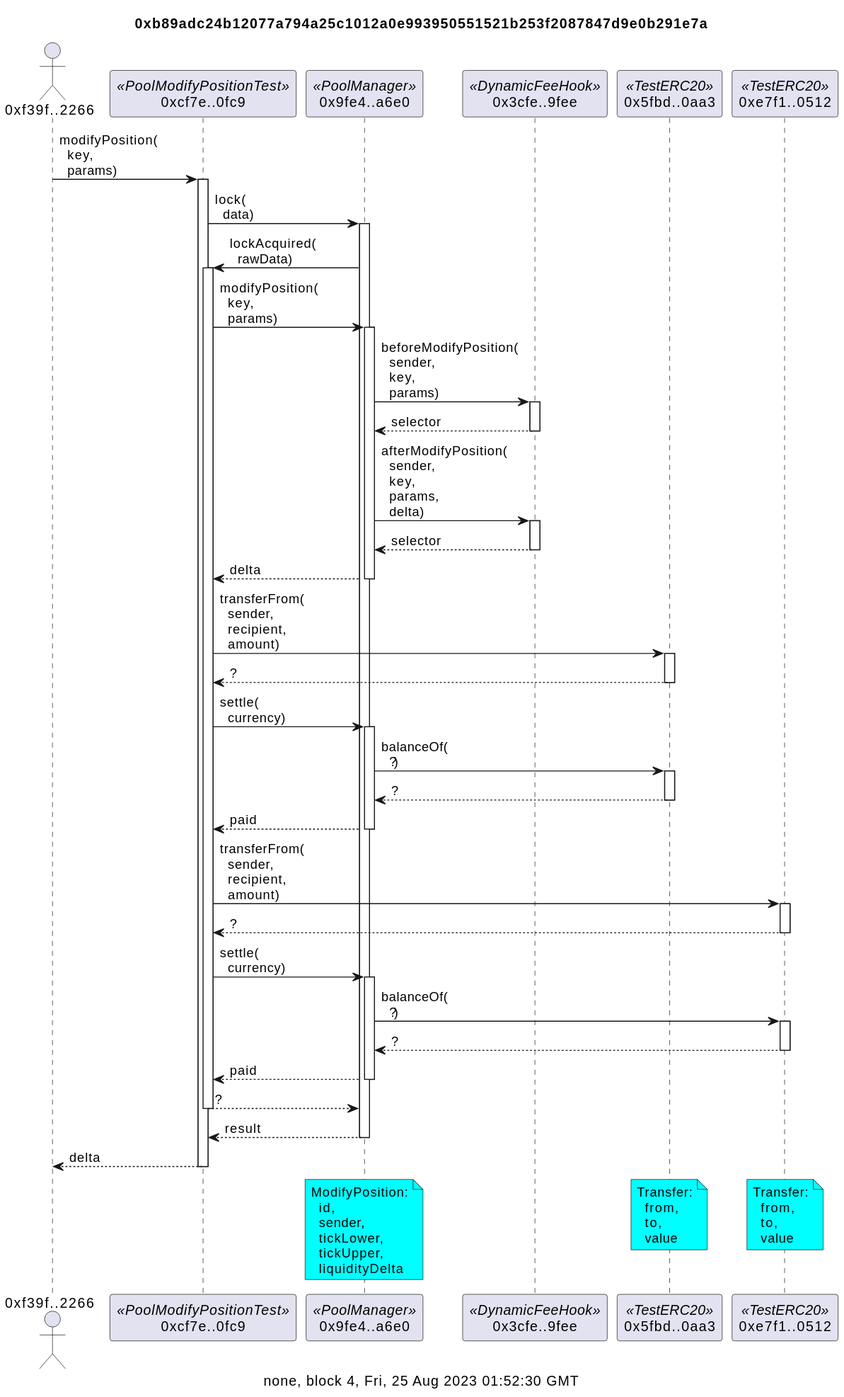
Above: docs/dynamicFeeDepositSummary.svg in naddison36/uniswap-v4-hooks (PlantUML), before the change.
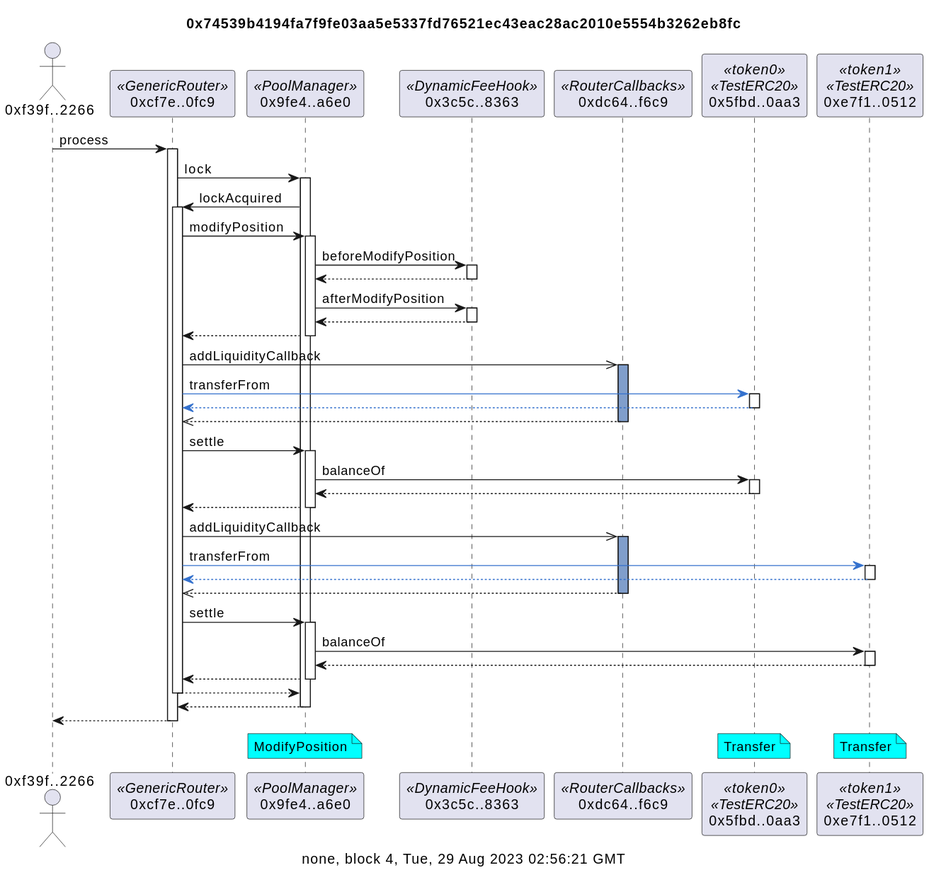
The same file after the commit.

What changed in the source:
```diff
@@ -1,71 +1,67 @@
 @startuml
-title 0xb89adc24b12077a794a25c1012a0e993950551521b253f2087847d9e0b291e7a
+title 0x74539b4194fa7f9fe03aa5e5337fd76521ec43eac28ac2010e5554b3262eb8fc
 
-caption none, block 4, Fri, 25 Aug 2023 01:52:30 GMT
+caption none, block 4, Tue, 29 Aug 2023 02:56:21 GMT
 actor "0xf39f..2266" as f39f2266
-participant "0xcf7e..0fc9" as cf7e0fc9 <<PoolModifyPositionTest>>
+participant "0xcf7e..0fc9" as cf7e0fc9 <<GenericRouter>>
 participant "0x9fe4..a6e0" as 9fe4a6e0 <<PoolManager>>
-participant "0x3cfe..9fee" as 3cfe9fee <<DynamicFeeHook>>
-participant "0x5fbd..0aa3" as 5fbd0aa3 <<TestERC20>>
-participant "0xe7f1..0512" as e7f10512 <<TestERC20>>
+participant "0x3c5c..8363" as 3c5c8363 <<DynamicFeeHook>>
+participant "0xdc64..f6c9" as dc64f6c9 <<RouterCallbacks>>
+participant "0x5fbd..0aa3" as 5fbd0aa3 <<token0>><<TestERC20>>
+participant "0xe7f1..0512" as e7f10512 <<token1>><<TestERC20>>
 
-f39f2266 -> cf7e0fc9: modifyPosition(\n  key,\n  params)
+f39f2266 -> cf7e0fc9: process
 activate cf7e0fc9
-cf7e0fc9 -> 9fe4a6e0: lock(\n  data)
+cf7e0fc9 -> 9fe4a6e0: lock
 activate 9fe4a6e0
-9fe4a6e0 -> cf7e0fc9: lockAcquired(\n  rawData)
+9fe4a6e0 -> cf7e0fc9: lockAcquired
 activate cf7e0fc9
-cf7e0fc9 -> 9fe4a6e0: modifyPosition(\n  key,\n  params)
+cf7e0fc9 -> 9fe4a6e0: modifyPosition
 activate 9fe4a6e0
-9fe4a6e0 -> 3cfe9fee: beforeModifyPosition(\n  sender,\n  key,\n  params)
-activate 3cfe9fee
-return selector
-9fe4a6e0 -> 3cfe9fee: afterModifyPosition(\n  sender,\n  key,\n  params,\n  delta)
-activate 3cfe9fee
-return selector
-return delta
-cf7e0fc9 -> 5fbd0aa3: transferFrom(\n  sender,\n  recipient,\n  amount)
+9fe4a6e0 -> 3c5c8363: beforeModifyPosition
+activate 3c5c8363
+return
+9fe4a6e0 -> 3c5c8363: afterModifyPosition
+activate 3c5c8363
+return
+return
+cf7e0fc9 ->> dc64f6c9: addLiquidityCallback
+activate dc64f6c9 #809ECB
+cf7e0fc9 -[#3471CD]> 5fbd0aa3: transferFrom
 activate 5fbd0aa3
-return ?
-cf7e0fc9 -> 9fe4a6e0: settle(\n  currency)
+return
+return
+cf7e0fc9 -> 9fe4a6e0: settle
 activate 9fe4a6e0
-9fe4a6e0 -> 5fbd0aa3: balanceOf(\n  ?)
+9fe4a6e0 -> 5fbd0aa3: balanceOf
 activate 5fbd0aa3
-return ?
-return paid
-cf7e0fc9 -> e7f10512: transferFrom(\n  sender,\n  recipient,\n  amount)
+return
+return
+cf7e0fc9 ->> dc64f6c9: addLiquidityCallback
+activate dc64f6c9 #809ECB
+cf7e0fc9 -[#3471CD]> e7f10512: transferFrom
 activate e7f10512
-return ?
-cf7e0fc9 -> 9fe4a6e0: settle(\n  currency)
+return
+return
+cf7e0fc9 -> 9fe4a6e0: settle
 activate 9fe4a6e0
-9fe4a6e0 -> e7f10512: balanceOf(\n  ?)
+9fe4a6e0 -> e7f10512: balanceOf
 activate e7f10512
-return ?
-return paid
-return ?
-return result
-return delta
+return
+return
+return
+return
+return
 
 note over 9fe4a6e0 #aqua
-ModifyPosition:
-  id,
-  sender,
-  tickLower,
-  tickUpper,
-  liquidityDelta
+ModifyPosition
 end note
 
 / note over 5fbd0aa3 #aqua
-Transfer:
-  from,
-  to,
-  value
+Transfer
 end note
 
 / note over e7f10512 #aqua
-Transfer:
-  from,
-  to,
-  value
+Transfer
 end note
 @enduml
```
